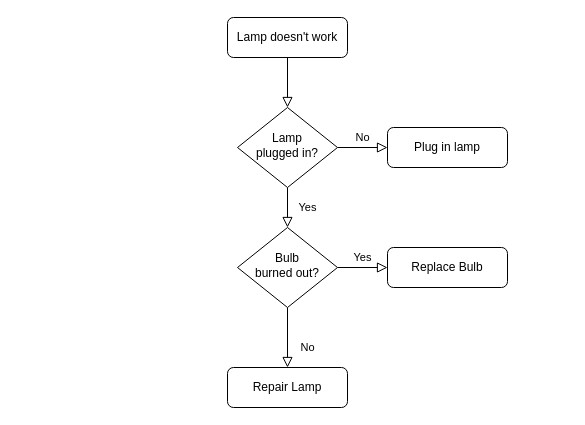
Earlier version of the draw.io diagram Flash Card Logic.drawio (taryee8/hello-world). Source tidied: cells renumbered, new cells numbered last; positions are measured from the earlier drawing's top-left corner, leaving out a move shared by most shapes. Both pictures are drawn from the tidied source at 100%, with x=0, y=0 at pixel (227, 17).
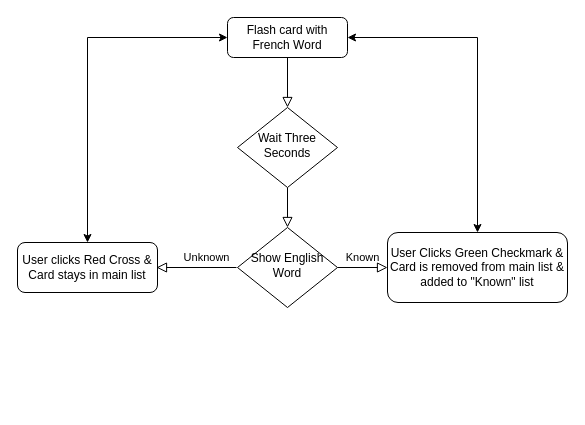
Above is the later version.

Diff of the diagram source:
```diff
@@
 <mxGraphModel>
   <root>
     <mxCell id="0" />
     <mxCell id="1" parent="0" />
     <mxCell id="2" style="rounded=0;html=1;jettySize=auto;fontSize=11;endArrow=block;endFill=0;endSize=8;strokeWidth=1;shadow=0;labelBackgroundColor=none;edgeStyle=orthogonalEdgeStyle;" parent="1" edge="1" source="3" target="6">
       <mxGeometry relative="1" as="geometry" />
     </mxCell>
-    <mxCell id="3" value="Lamp doesn't work" style="rounded=1;whiteSpace=wrap;html=1;fontSize=12;glass=0;strokeWidth=1;shadow=0;" parent="1" vertex="1">
+    <mxCell id="3" value="Flash card with French Word" style="rounded=1;whiteSpace=wrap;html=1;fontSize=12;glass=0;strokeWidth=1;shadow=0;" parent="1" vertex="1">
       <mxGeometry width="120" height="40" as="geometry" />
     </mxCell>
-    <mxCell id="4" value="Yes" style="rounded=0;html=1;jettySize=auto;fontSize=11;endArrow=block;endFill=0;endSize=8;strokeWidth=1;shadow=0;labelBackgroundColor=none;edgeStyle=orthogonalEdgeStyle;" parent="1" edge="1" source="6" target="10">
+    <mxCell id="4" style="rounded=0;html=1;jettySize=auto;fontSize=11;endArrow=block;endFill=0;endSize=8;strokeWidth=1;shadow=0;labelBackgroundColor=none;edgeStyle=orthogonalEdgeStyle;" parent="1" edge="1" source="6" target="10">
       <mxGeometry y="20" relative="1" as="geometry" />
     </mxCell>
-    <mxCell id="5" value="No" style="edgeStyle=orthogonalEdgeStyle;rounded=0;html=1;jettySize=auto;fontSize=11;endArrow=block;endFill=0;endSize=8;strokeWidth=1;shadow=0;labelBackgroundColor=none;" parent="1" edge="1" source="6" target="7">
-      <mxGeometry y="10" relative="1" as="geometry" />
-    </mxCell>
-    <mxCell id="6" value="Lamp&lt;br&gt;plugged in?" style="rhombus;whiteSpace=wrap;html=1;shadow=0;fontFamily=Helvetica;fontSize=12;align=center;strokeWidth=1;spacing=6;spacingTop=-4;" parent="1" vertex="1">
+    <mxCell id="6" value="Wait Three Seconds" style="rhombus;whiteSpace=wrap;html=1;shadow=0;fontFamily=Helvetica;fontSize=12;align=center;strokeWidth=1;spacing=6;spacingTop=-4;" parent="1" vertex="1">
       <mxGeometry x="10" y="90" width="100" height="80" as="geometry" />
     </mxCell>
-    <mxCell id="7" value="Plug in lamp" style="rounded=1;whiteSpace=wrap;html=1;fontSize=12;glass=0;strokeWidth=1;shadow=0;" parent="1" vertex="1">
-      <mxGeometry x="160" y="110" width="120" height="40" as="geometry" />
-    </mxCell>
-    <mxCell id="8" value="No" style="rounded=0;html=1;jettySize=auto;fontSize=11;endArrow=block;endFill=0;endSize=8;strokeWidth=1;shadow=0;labelBackgroundColor=none;edgeStyle=orthogonalEdgeStyle;" parent="1" edge="1" source="10" target="11">
-      <mxGeometry x="0.33" y="20" relative="1" as="geometry" />
+    <mxCell id="8" value="Unknown" style="rounded=0;html=1;jettySize=auto;orthogonalLoop=1;fontSize=11;endArrow=block;endFill=0;endSize=8;strokeWidth=1;shadow=0;labelBackgroundColor=none;edgeStyle=orthogonalEdgeStyle;" parent="1" edge="1">
+      <mxGeometry x="-0.25" y="-10" relative="1" as="geometry">
+        <mxPoint x="9" y="250" as="sourcePoint" />
+        <mxPoint x="-71" y="250" as="targetPoint" />
+      </mxGeometry>
     </mxCell>
-    <mxCell id="9" value="Yes" style="edgeStyle=orthogonalEdgeStyle;rounded=0;html=1;jettySize=auto;fontSize=11;endArrow=block;endFill=0;endSize=8;strokeWidth=1;shadow=0;labelBackgroundColor=none;" parent="1" edge="1" source="10" target="12">
+    <mxCell id="9" value="Known" style="edgeStyle=orthogonalEdgeStyle;rounded=0;html=1;jettySize=auto;fontSize=11;endArrow=block;endFill=0;endSize=8;strokeWidth=1;shadow=0;labelBackgroundColor=none;" parent="1" edge="1" source="10" target="12">
       <mxGeometry y="10" relative="1" as="geometry" />
     </mxCell>
-    <mxCell id="10" value="Bulb&lt;br&gt;burned out?" style="rhombus;whiteSpace=wrap;html=1;shadow=0;fontFamily=Helvetica;fontSize=12;align=center;strokeWidth=1;spacing=6;spacingTop=-4;" parent="1" vertex="1">
+    <mxCell id="10" value="Show English Word" style="rhombus;whiteSpace=wrap;html=1;shadow=0;fontFamily=Helvetica;fontSize=12;align=center;strokeWidth=1;spacing=6;spacingTop=-4;" parent="1" vertex="1">
       <mxGeometry x="10" y="210" width="100" height="80" as="geometry" />
     </mxCell>
-    <mxCell id="11" value="Repair Lamp" style="rounded=1;whiteSpace=wrap;html=1;fontSize=12;glass=0;strokeWidth=1;shadow=0;" parent="1" vertex="1">
-      <mxGeometry y="350" width="120" height="40" as="geometry" />
+    <mxCell id="11" value="User clicks Red Cross &amp;amp; Card stays in main list" style="rounded=1;whiteSpace=wrap;html=1;fontSize=12;glass=0;strokeWidth=1;shadow=0;" parent="1" vertex="1">
+      <mxGeometry x="-210" y="225" width="140" height="50" as="geometry" />
     </mxCell>
-    <mxCell id="12" value="Replace Bulb" style="rounded=1;whiteSpace=wrap;html=1;fontSize=12;glass=0;strokeWidth=1;shadow=0;" parent="1" vertex="1">
-      <mxGeometry x="160" y="230" width="120" height="40" as="geometry" />
+    <mxCell id="12" value="User Clicks Green Checkmark &amp;amp; Card is removed from main list &amp;amp; added to &quot;Known&quot; list" style="rounded=1;whiteSpace=wrap;html=1;fontSize=12;glass=0;strokeWidth=1;shadow=0;" parent="1" vertex="1">
+      <mxGeometry x="160" y="215" width="180" height="70" as="geometry" />
     </mxCell>
+    <mxCell id="13" style="endArrow=classic;startArrow=classic;html=1;rounded=0;entryX=1;entryY=0.5;entryDx=0;entryDy=0;edgeStyle=elbowEdgeStyle;" parent="1" edge="1" source="12" target="3">
+      <mxGeometry relative="1" as="geometry">
+        <Array as="points">
+          <mxPoint x="250" y="130" />
+        </Array>
+      </mxGeometry>
+    </mxCell>
+    <mxCell id="14" style="endArrow=classic;startArrow=classic;html=1;rounded=0;edgeStyle=elbowEdgeStyle;" parent="1" edge="1" source="11" target="3">
+      <mxGeometry relative="1" as="geometry">
+        <Array as="points">
+          <mxPoint x="-140" y="130" />
+        </Array>
+      </mxGeometry>
+    </mxCell>
   </root>
 </mxGraphModel>
```
